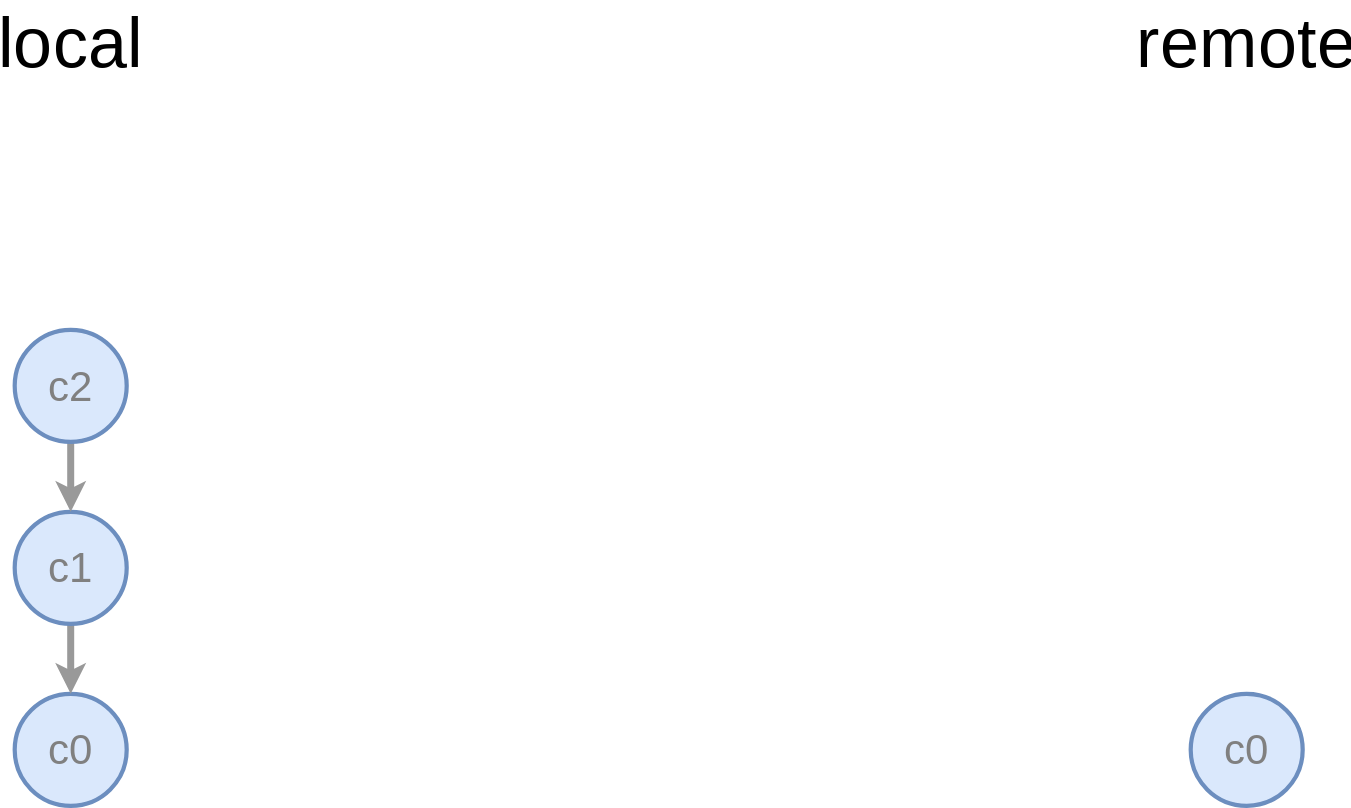
Above: public/local-vs-remote-repos-local-changes.svg in tvannoy/intro-to-git (draw.io), before the change. Source tidied: cells renumbered, new cells last; positions are measured from the earlier drawing's top-left corner, leaving out a move shared by most shapes.
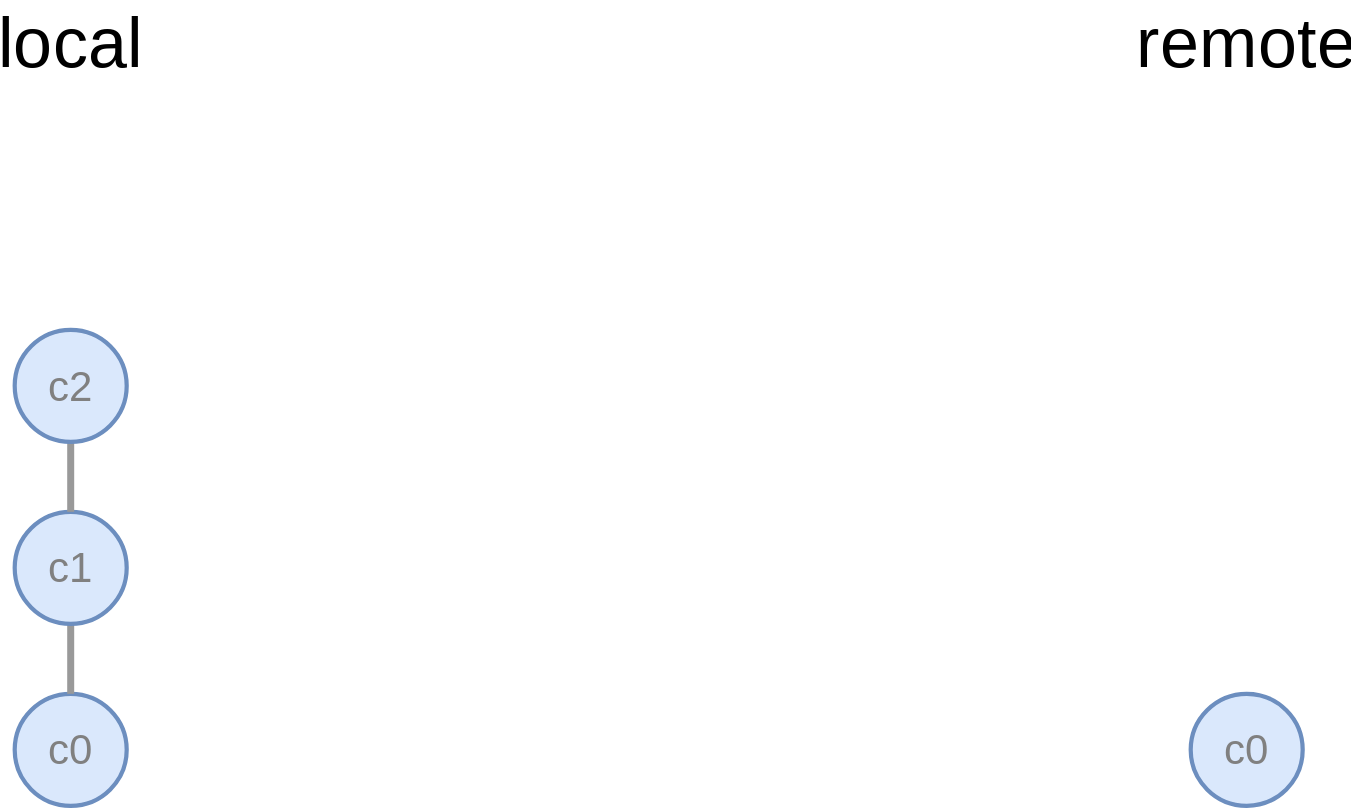
Above is the later version.

The edit, as a diff of the source:
```diff
@@ -5,13 +5,13 @@
     <mxCell id="2" value="c0" style="ellipse;whiteSpace=wrap;html=1;fillColor=#dae8fc;strokeColor=#6c8ebf;strokeWidth=3;fontSize=30;fontFamily=Source Sans Pro;fontSource=https%3A%2F%2Ffonts.googleapis.com%2Fcss%3Ffamily%3DSource%2BSans%2BPro;fontColor=#808080;" parent="1" vertex="1">
       <mxGeometry y="480" width="80" height="80" as="geometry" />
     </mxCell>
-    <mxCell id="3" style="edgeStyle=orthogonalEdgeStyle;jettySize=auto;html=1;exitX=0.5;exitY=1;exitDx=0;exitDy=0;entryX=0.5;entryY=0;entryDx=0;entryDy=0;fontFamily=Source Sans Pro;fontSource=https%3A%2F%2Ffonts.googleapis.com%2Fcss%3Ffamily%3DSource%2BSans%2BPro;fontSize=50;curved=1;strokeColor=#999999;strokeWidth=5;" parent="1" edge="1" source="4" target="2">
+    <mxCell id="3" style="edgeStyle=orthogonalEdgeStyle;jettySize=auto;html=1;exitX=0.5;exitY=1;exitDx=0;exitDy=0;entryX=0.5;entryY=0;entryDx=0;entryDy=0;fontFamily=Source Sans Pro;fontSource=https%3A%2F%2Ffonts.googleapis.com%2Fcss%3Ffamily%3DSource%2BSans%2BPro;fontSize=50;curved=1;strokeColor=#999999;strokeWidth=5;endArrow=none;endFill=0;" parent="1" edge="1" source="4" target="2">
       <mxGeometry relative="1" as="geometry" />
     </mxCell>
     <mxCell id="4" value="c1" style="ellipse;whiteSpace=wrap;html=1;fillColor=#dae8fc;strokeColor=#6c8ebf;strokeWidth=3;fontSize=30;fontFamily=Source Sans Pro;fontSource=https%3A%2F%2Ffonts.googleapis.com%2Fcss%3Ffamily%3DSource%2BSans%2BPro;fontColor=#808080;" parent="1" vertex="1">
       <mxGeometry y="350" width="80" height="80" as="geometry" />
     </mxCell>
-    <mxCell id="5" style="edgeStyle=orthogonalEdgeStyle;curved=1;jettySize=auto;html=1;exitX=0.5;exitY=1;exitDx=0;exitDy=0;entryX=0.5;entryY=0;entryDx=0;entryDy=0;strokeColor=#999999;strokeWidth=5;fontFamily=Source Sans Pro;fontSource=https%3A%2F%2Ffonts.googleapis.com%2Fcss%3Ffamily%3DSource%2BSans%2BPro;fontSize=50;" parent="1" edge="1" source="6" target="4">
+    <mxCell id="5" style="edgeStyle=orthogonalEdgeStyle;curved=1;jettySize=auto;html=1;exitX=0.5;exitY=1;exitDx=0;exitDy=0;entryX=0.5;entryY=0;entryDx=0;entryDy=0;strokeColor=#999999;strokeWidth=5;fontFamily=Source Sans Pro;fontSource=https%3A%2F%2Ffonts.googleapis.com%2Fcss%3Ffamily%3DSource%2BSans%2BPro;fontSize=50;endArrow=none;endFill=0;" parent="1" edge="1" source="6" target="4">
       <mxGeometry relative="1" as="geometry" />
     </mxCell>
     <mxCell id="6" value="&lt;span style=&quot;color: rgb(128, 128, 128); font-family: &amp;quot;Source Sans Pro&amp;quot;; font-size: 30px;&quot;&gt;c2&lt;/span&gt;" style="ellipse;whiteSpace=wrap;html=1;fillColor=#dae8fc;strokeColor=#6c8ebf;strokeWidth=3;" parent="1" vertex="1">
```
